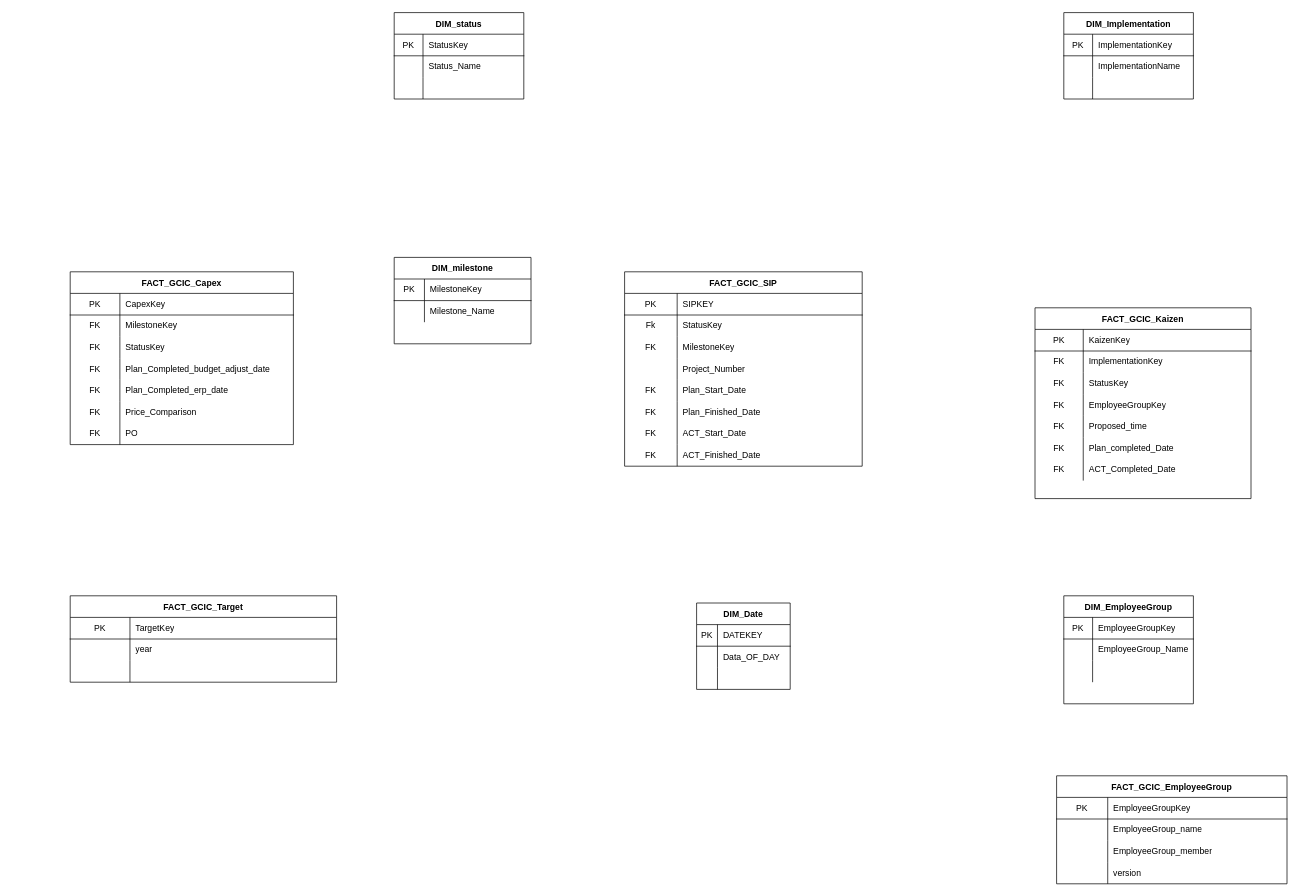
This is Untitled Diagram.drawio from cyz12/an, a draw.io file, before an edit. Source tidied: cells renumbered, new cells numbered last; positions are measured from the earlier drawing's top-left corner, leaving out a move shared by most shapes. Both pictures are drawn from the tidied source at 72%, with x=0, y=0 at pixel (70, 12).
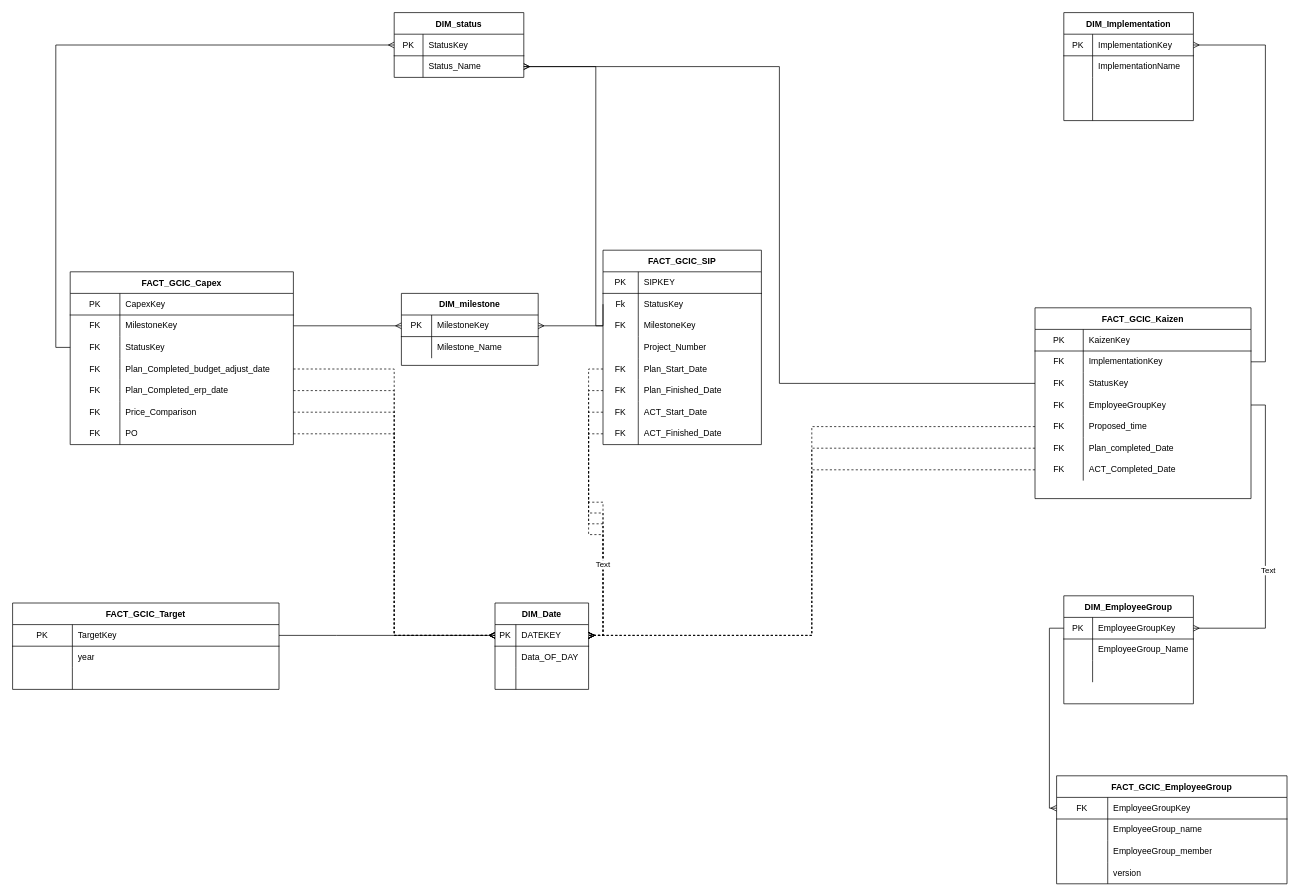
Above is the later version.

The change refers to these unchanged cells:
```xml
<mxCell id="3" style="shape=partialRectangle;html=1;whiteSpace=wrap;fillColor=none;top=0;left=0;bottom=1;right=0;points=[[0,0.5],[1,0.5]];portConstraint=eastwest;" parent="2" vertex="1">
  <mxGeometry y="30" width="180" height="30" as="geometry" />
</mxCell>
<mxCell id="38" style="shape=partialRectangle;html=1;whiteSpace=wrap;fillColor=none;top=0;left=0;bottom=1;right=0;points=[[0,0.5],[1,0.5]];portConstraint=eastwest;" parent="37" vertex="1">
  <mxGeometry y="30" width="180" height="30" as="geometry" />
</mxCell>
<mxCell id="48" style="shape=partialRectangle;html=1;whiteSpace=wrap;fillColor=none;top=0;left=0;bottom=1;right=0;points=[[0,0.5],[1,0.5]];portConstraint=eastwest;" parent="47" vertex="1">
  <mxGeometry y="30" width="180" height="30" as="geometry" />
</mxCell>
<mxCell id="51" style="shape=partialRectangle;html=1;whiteSpace=wrap;fillColor=none;top=0;left=0;bottom=0;right=0;points=[[0,0.5],[1,0.5]];portConstraint=eastwest;" parent="47" vertex="1">
  <mxGeometry y="60" width="180" height="30" as="geometry" />
</mxCell>
<mxCell id="61" style="shape=partialRectangle;html=1;whiteSpace=wrap;fillColor=none;top=0;left=0;bottom=0;right=0;points=[[0,0.5],[1,0.5]];portConstraint=eastwest;" parent="57" vertex="1">
  <mxGeometry y="60" width="300" height="30" as="geometry" />
</mxCell>
<mxCell id="64" style="shape=partialRectangle;html=1;whiteSpace=wrap;fillColor=none;top=0;left=0;bottom=0;right=0;points=[[0,0.5],[1,0.5]];portConstraint=eastwest;" parent="57" vertex="1">
  <mxGeometry y="90" width="300" height="30" as="geometry" />
</mxCell>
<mxCell id="67" style="shape=partialRectangle;html=1;whiteSpace=wrap;fillColor=none;top=0;left=0;bottom=0;right=0;points=[[0,0.5],[1,0.5]];portConstraint=eastwest;" parent="57" vertex="1">
  <mxGeometry y="120" width="300" height="30" as="geometry" />
</mxCell>
<mxCell id="70" style="shape=partialRectangle;html=1;whiteSpace=wrap;fillColor=none;top=0;left=0;bottom=0;right=0;points=[[0,0.5],[1,0.5]];portConstraint=eastwest;" parent="57" vertex="1">
  <mxGeometry y="150" width="300" height="30" as="geometry" />
</mxCell>
<mxCell id="73" style="shape=partialRectangle;html=1;whiteSpace=wrap;fillColor=none;top=0;left=0;bottom=0;right=0;points=[[0,0.5],[1,0.5]];portConstraint=eastwest;" parent="57" vertex="1">
  <mxGeometry y="180" width="300" height="30" as="geometry" />
</mxCell>
<mxCell id="76" style="shape=partialRectangle;html=1;whiteSpace=wrap;fillColor=none;top=0;left=0;bottom=0;right=0;points=[[0,0.5],[1,0.5]];portConstraint=eastwest;" parent="57" vertex="1">
  <mxGeometry y="210" width="300" height="30" as="geometry" />
</mxCell>
<mxCell id="83" style="shape=partialRectangle;html=1;whiteSpace=wrap;fillColor=none;top=0;left=0;bottom=0;right=0;points=[[0,0.5],[1,0.5]];portConstraint=eastwest;" parent="79" vertex="1">
  <mxGeometry y="60" width="310" height="30" as="geometry" />
</mxCell>
<mxCell id="86" style="shape=partialRectangle;html=1;whiteSpace=wrap;fillColor=none;top=0;left=0;bottom=0;right=0;points=[[0,0.5],[1,0.5]];portConstraint=eastwest;" parent="79" vertex="1">
  <mxGeometry y="90" width="310" height="30" as="geometry" />
</mxCell>
<mxCell id="89" style="shape=partialRectangle;html=1;whiteSpace=wrap;fillColor=none;top=0;left=0;bottom=0;right=0;points=[[0,0.5],[1,0.5]];portConstraint=eastwest;" parent="79" vertex="1">
  <mxGeometry y="120" width="310" height="30" as="geometry" />
</mxCell>
<mxCell id="92" style="shape=partialRectangle;html=1;whiteSpace=wrap;fillColor=none;top=0;left=0;bottom=0;right=0;points=[[0,0.5],[1,0.5]];portConstraint=eastwest;" parent="79" vertex="1">
  <mxGeometry y="150" width="310" height="30" as="geometry" />
</mxCell>
<mxCell id="95" style="shape=partialRectangle;html=1;whiteSpace=wrap;fillColor=none;top=0;left=0;bottom=0;right=0;points=[[0,0.5],[1,0.5]];portConstraint=eastwest;" parent="79" vertex="1">
  <mxGeometry y="180" width="310" height="30" as="geometry" />
</mxCell>
<mxCell id="98" style="shape=partialRectangle;html=1;whiteSpace=wrap;fillColor=none;top=0;left=0;bottom=0;right=0;points=[[0,0.5],[1,0.5]];portConstraint=eastwest;" parent="79" vertex="1">
  <mxGeometry y="210" width="310" height="30" as="geometry" />
</mxCell>
<mxCell id="102" style="shape=partialRectangle;html=1;whiteSpace=wrap;fillColor=none;top=0;left=0;bottom=1;right=0;points=[[0,0.5],[1,0.5]];portConstraint=eastwest;" parent="101" vertex="1">
  <mxGeometry y="30" width="370" height="30" as="geometry" />
</mxCell>
<mxCell id="112" style="shape=partialRectangle;html=1;whiteSpace=wrap;fillColor=none;top=0;left=0;bottom=1;right=0;points=[[0,0.5],[1,0.5]];portConstraint=eastwest;" parent="111" vertex="1">
  <mxGeometry y="30" width="190" height="30" as="geometry" />
</mxCell>
<mxCell id="119" style="shape=partialRectangle;html=1;whiteSpace=wrap;fillColor=none;top=0;left=0;bottom=1;right=0;points=[[0,0.5],[1,0.5]];portConstraint=eastwest;" parent="118" vertex="1">
  <mxGeometry y="30" width="320" height="30" as="geometry" />
</mxCell>
<mxCell id="132" style="shape=partialRectangle;html=1;whiteSpace=wrap;fillColor=none;top=0;left=0;bottom=1;right=0;points=[[0,0.5],[1,0.5]];portConstraint=eastwest;" parent="131" vertex="1">
  <mxGeometry y="30" width="130" height="30" as="geometry" />
</mxCell>
```

The edit, as a diff of the source:
```diff
@@
     <mxCell id="12" value="FACT_GCIC_SIP" style="shape=table;startSize=30;childLayout=tableLayout;rowLines=0;fontStyle=1;align=center;" parent="1" vertex="1">
-      <mxGeometry x="770" y="360" width="330" height="270" as="geometry" />
+      <mxGeometry x="740" y="330" width="220" height="270" as="geometry" />
     </mxCell>
     <mxCell id="13" style="shape=partialRectangle;html=1;whiteSpace=wrap;fillColor=none;top=0;left=0;bottom=1;right=0;" parent="12" vertex="1">
-      <mxGeometry y="30" width="330" height="30" as="geometry" />
+      <mxGeometry y="30" width="220" height="30" as="geometry" />
     </mxCell>
     <mxCell id="14" value="PK" style="shape=partialRectangle;html=1;whiteSpace=wrap;fillColor=none;top=0;left=0;bottom=0;right=0;overflow=hidden;" parent="13" vertex="1">
-      <mxGeometry width="73" height="30" as="geometry" />
+      <mxGeometry width="49" height="30" as="geometry" />
     </mxCell>
     <mxCell id="15" value="SIPKEY" style="shape=partialRectangle;html=1;whiteSpace=wrap;fillColor=none;top=0;left=0;bottom=0;right=0;align=left;spacingLeft=6;overflow=hidden;" parent="13" vertex="1">
-      <mxGeometry x="73" width="257" height="30" as="geometry" />
+      <mxGeometry x="49" width="171" height="30" as="geometry" />
     </mxCell>
     <mxCell id="16" style="shape=partialRectangle;html=1;whiteSpace=wrap;fillColor=none;top=0;left=0;bottom=0;right=0;points=[[0,0.5],[1,0.5]];portConstraint=eastwest;" parent="12" vertex="1">
-      <mxGeometry y="60" width="330" height="30" as="geometry" />
+      <mxGeometry y="60" width="220" height="30" as="geometry" />
     </mxCell>
     <mxCell id="17" value="Fk" style="shape=partialRectangle;html=1;whiteSpace=wrap;fillColor=none;top=0;left=0;bottom=0;right=0;overflow=hidden;" parent="16" vertex="1">
-      <mxGeometry width="73" height="30" as="geometry" />
+      <mxGeometry width="49" height="30" as="geometry" />
     </mxCell>
     <mxCell id="18" value="StatusKey" style="shape=partialRectangle;html=1;whiteSpace=wrap;fillColor=none;top=0;left=0;bottom=0;right=0;align=left;spacingLeft=6;overflow=hidden;" parent="16" vertex="1">
-      <mxGeometry x="73" width="257" height="30" as="geometry" />
+      <mxGeometry x="49" width="171" height="30" as="geometry" />
     </mxCell>
     <mxCell id="19" style="shape=partialRectangle;html=1;whiteSpace=wrap;fillColor=none;top=0;left=0;bottom=0;right=0;points=[[0,0.5],[1,0.5]];portConstraint=eastwest;" parent="12" vertex="1">
-      <mxGeometry y="90" width="330" height="30" as="geometry" />
+      <mxGeometry y="90" width="220" height="30" as="geometry" />
     </mxCell>
     <mxCell id="20" value="FK" style="shape=partialRectangle;html=1;whiteSpace=wrap;fillColor=none;top=0;left=0;bottom=0;right=0;overflow=hidden;" parent="19" vertex="1">
-      <mxGeometry width="73" height="30" as="geometry" />
+      <mxGeometry width="49" height="30" as="geometry" />
     </mxCell>
     <mxCell id="21" value="MilestoneKey&lt;br&gt;" style="shape=partialRectangle;html=1;whiteSpace=wrap;fillColor=none;top=0;left=0;bottom=0;right=0;align=left;spacingLeft=6;overflow=hidden;" parent="19" vertex="1">
-      <mxGeometry x="73" width="257" height="30" as="geometry" />
+      <mxGeometry x="49" width="171" height="30" as="geometry" />
     </mxCell>
     <mxCell id="22" style="shape=partialRectangle;html=1;whiteSpace=wrap;fillColor=none;top=0;left=0;bottom=0;right=0;" parent="12" vertex="1">
-      <mxGeometry y="120" width="330" height="30" as="geometry" />
+      <mxGeometry y="120" width="220" height="30" as="geometry" />
     </mxCell>
     <mxCell id="23" style="shape=partialRectangle;html=1;whiteSpace=wrap;fillColor=none;top=0;left=0;bottom=0;right=0;overflow=hidden;" parent="22" vertex="1">
-      <mxGeometry width="73" height="30" as="geometry" />
+      <mxGeometry width="49" height="30" as="geometry" />
     </mxCell>
     <mxCell id="24" value="Project_Number" style="shape=partialRectangle;html=1;whiteSpace=wrap;fillColor=none;top=0;left=0;bottom=0;right=0;align=left;spacingLeft=6;overflow=hidden;" parent="22" vertex="1">
-      <mxGeometry x="73" width="257" height="30" as="geometry" />
+      <mxGeometry x="49" width="171" height="30" as="geometry" />
     </mxCell>
     <mxCell id="25" style="shape=partialRectangle;html=1;whiteSpace=wrap;fillColor=none;top=0;left=0;bottom=0;right=0;points=[[0,0.5],[1,0.5]];portConstraint=eastwest;" parent="12" vertex="1">
-      <mxGeometry y="150" width="330" height="30" as="geometry" />
+      <mxGeometry y="150" width="220" height="30" as="geometry" />
     </mxCell>
     <mxCell id="26" value="FK" style="shape=partialRectangle;html=1;whiteSpace=wrap;fillColor=none;top=0;left=0;bottom=0;right=0;overflow=hidden;" parent="25" vertex="1">
-      <mxGeometry width="73" height="30" as="geometry" />
+      <mxGeometry width="49" height="30" as="geometry" />
     </mxCell>
     <mxCell id="27" value="Plan_Start_Date" style="shape=partialRectangle;html=1;whiteSpace=wrap;fillColor=none;top=0;left=0;bottom=0;right=0;align=left;spacingLeft=6;overflow=hidden;" parent="25" vertex="1">
-      <mxGeometry x="73" width="257" height="30" as="geometry" />
+      <mxGeometry x="49" width="171" height="30" as="geometry" />
     </mxCell>
     <mxCell id="28" style="shape=partialRectangle;html=1;whiteSpace=wrap;fillColor=none;top=0;left=0;bottom=0;right=0;points=[[0,0.5],[1,0.5]];portConstraint=eastwest;" parent="12" vertex="1">
-      <mxGeometry y="180" width="330" height="30" as="geometry" />
+      <mxGeometry y="180" width="220" height="30" as="geometry" />
     </mxCell>
     <mxCell id="29" value="FK" style="shape=partialRectangle;html=1;whiteSpace=wrap;fillColor=none;top=0;left=0;bottom=0;right=0;overflow=hidden;" parent="28" vertex="1">
-      <mxGeometry width="73" height="30" as="geometry" />
+      <mxGeometry width="49" height="30" as="geometry" />
     </mxCell>
     <mxCell id="30" value="Plan_Finished_Date" style="shape=partialRectangle;html=1;whiteSpace=wrap;fillColor=none;top=0;left=0;bottom=0;right=0;align=left;spacingLeft=6;overflow=hidden;" parent="28" vertex="1">
-      <mxGeometry x="73" width="257" height="30" as="geometry" />
+      <mxGeometry x="49" width="171" height="30" as="geometry" />
     </mxCell>
     <mxCell id="31" style="shape=partialRectangle;html=1;whiteSpace=wrap;fillColor=none;top=0;left=0;bottom=0;right=0;points=[[0,0.5],[1,0.5]];portConstraint=eastwest;" parent="12" vertex="1">
-      <mxGeometry y="210" width="330" height="30" as="geometry" />
+      <mxGeometry y="210" width="220" height="30" as="geometry" />
     </mxCell>
     <mxCell id="32" value="FK" style="shape=partialRectangle;html=1;whiteSpace=wrap;fillColor=none;top=0;left=0;bottom=0;right=0;overflow=hidden;" parent="31" vertex="1">
-      <mxGeometry width="73" height="30" as="geometry" />
+      <mxGeometry width="49" height="30" as="geometry" />
     </mxCell>
     <mxCell id="33" value="ACT_Start_Date" style="shape=partialRectangle;html=1;whiteSpace=wrap;fillColor=none;top=0;left=0;bottom=0;right=0;align=left;spacingLeft=6;overflow=hidden;" parent="31" vertex="1">
-      <mxGeometry x="73" width="257" height="30" as="geometry" />
+      <mxGeometry x="49" width="171" height="30" as="geometry" />
     </mxCell>
     <mxCell id="34" style="shape=partialRectangle;html=1;whiteSpace=wrap;fillColor=none;top=0;left=0;bottom=0;right=0;points=[[0,0.5],[1,0.5]];portConstraint=eastwest;" parent="12" vertex="1">
-      <mxGeometry y="240" width="330" height="30" as="geometry" />
+      <mxGeometry y="240" width="220" height="30" as="geometry" />
     </mxCell>
     <mxCell id="35" value="FK" style="shape=partialRectangle;html=1;whiteSpace=wrap;fillColor=none;top=0;left=0;bottom=0;right=0;overflow=hidden;" parent="34" vertex="1">
-      <mxGeometry width="73" height="30" as="geometry" />
+      <mxGeometry width="49" height="30" as="geometry" />
     </mxCell>
     <mxCell id="36" value="ACT_Finished_Date" style="shape=partialRectangle;html=1;whiteSpace=wrap;fillColor=none;top=0;left=0;bottom=0;right=0;align=left;spacingLeft=6;overflow=hidden;" parent="34" vertex="1">
-      <mxGeometry x="73" width="257" height="30" as="geometry" />
+      <mxGeometry x="49" width="171" height="30" as="geometry" />
     </mxCell>
     <mxCell id="37" value="DIM_Implementation" style="shape=table;startSize=30;childLayout=tableLayout;rowLines=0;fontStyle=1;align=center;" parent="1" vertex="1">
-      <mxGeometry x="1380" width="180" height="120" as="geometry" />
+      <mxGeometry x="1380" width="180" height="150" as="geometry" />
     </mxCell>
@@
+    <mxCell id="141" style="shape=partialRectangle;html=1;whiteSpace=wrap;fillColor=none;top=0;left=0;bottom=0;right=0;" parent="37" vertex="1">
+      <mxGeometry y="120" width="180" height="30" as="geometry" />
+    </mxCell>
+    <mxCell id="55" style="shape=partialRectangle;html=1;whiteSpace=wrap;fillColor=none;top=0;left=0;bottom=0;right=0;overflow=hidden;" parent="141" vertex="1">
+      <mxGeometry width="40" height="30" as="geometry" />
+    </mxCell>
+    <mxCell id="56" style="shape=partialRectangle;html=1;whiteSpace=wrap;fillColor=none;top=0;left=0;bottom=0;right=0;align=left;spacingLeft=6;overflow=hidden;" parent="141" vertex="1">
+      <mxGeometry x="40" width="140" height="30" as="geometry" />
+    </mxCell>
     <mxCell id="47" value="DIM_status" style="shape=table;startSize=30;childLayout=tableLayout;rowLines=0;fontStyle=1;align=center;" parent="1" vertex="1">
-      <mxGeometry x="450" width="180" height="120" as="geometry" />
+      <mxGeometry x="450" width="180" height="90" as="geometry" />
     </mxCell>
@@
-    <mxCell id="54" style="shape=partialRectangle;html=1;whiteSpace=wrap;fillColor=none;top=0;left=0;bottom=0;right=0;" parent="47" vertex="1">
-      <mxGeometry y="90" width="180" height="30" as="geometry" />
-    </mxCell>
-    <mxCell id="55" style="shape=partialRectangle;html=1;whiteSpace=wrap;fillColor=none;top=0;left=0;bottom=0;right=0;overflow=hidden;" parent="54" vertex="1">
-      <mxGeometry width="40" height="30" as="geometry" />
-    </mxCell>
-    <mxCell id="56" style="shape=partialRectangle;html=1;whiteSpace=wrap;fillColor=none;top=0;left=0;bottom=0;right=0;align=left;spacingLeft=6;overflow=hidden;" parent="54" vertex="1">
-      <mxGeometry x="40" width="140" height="30" as="geometry" />
-    </mxCell>
@@
     <mxCell id="101" value="FACT_GCIC_Target" style="shape=table;startSize=30;childLayout=tableLayout;rowLines=0;fontStyle=1;align=center;" parent="1" vertex="1">
-      <mxGeometry y="810" width="370" height="120" as="geometry" />
+      <mxGeometry x="-80" y="820" width="370" height="120" as="geometry" />
     </mxCell>
@@
     <mxCell id="111" value="DIM_milestone" style="shape=table;startSize=30;childLayout=tableLayout;rowLines=0;fontStyle=1;align=center;" parent="1" vertex="1">
-      <mxGeometry x="450" y="340" width="190" height="120" as="geometry" />
+      <mxGeometry x="460" y="390" width="190" height="100" as="geometry" />
     </mxCell>
@@
-    <mxCell id="120" value="PK" style="shape=partialRectangle;html=1;whiteSpace=wrap;fillColor=none;top=0;left=0;bottom=0;right=0;overflow=hidden;" parent="119" vertex="1">
+    <mxCell id="120" value="FK" style="shape=partialRectangle;html=1;whiteSpace=wrap;fillColor=none;top=0;left=0;bottom=0;right=0;overflow=hidden;" parent="119" vertex="1">
       <mxGeometry width="71" height="30" as="geometry" />
     </mxCell>
@@
     <mxCell id="131" value="DIM_Date" style="shape=table;startSize=30;childLayout=tableLayout;rowLines=0;fontStyle=1;align=center;" parent="1" vertex="1">
-      <mxGeometry x="870" y="820" width="130" height="120" as="geometry" />
+      <mxGeometry x="590" y="820" width="130" height="120" as="geometry" />
     </mxCell>
@@
+    <mxCell id="142" style="edgeStyle=orthogonalEdgeStyle;rounded=0;jettySize=auto;html=1;exitX=1;exitY=0.5;exitDx=0;exitDy=0;entryX=0;entryY=0.5;entryDx=0;entryDy=0;endArrow=ERmany;endFill=0;" parent="1" edge="1" source="102" target="132">
+      <mxGeometry relative="1" as="geometry">
+        <Array as="points">
+          <mxPoint x="370" y="865" />
+        </Array>
+      </mxGeometry>
+    </mxCell>
+    <mxCell id="143" style="edgeStyle=orthogonalEdgeStyle;rounded=0;jettySize=auto;html=1;exitX=1;exitY=0.5;exitDx=0;exitDy=0;endArrow=ERmany;endFill=0;dashed=1;entryX=0;entryY=0.5;entryDx=0;entryDy=0;" parent="1" edge="1" source="89" target="132">
+      <mxGeometry relative="1" as="geometry" />
+    </mxCell>
+    <mxCell id="144" style="edgeStyle=orthogonalEdgeStyle;rounded=0;jettySize=auto;html=1;exitX=1;exitY=0.5;exitDx=0;exitDy=0;endArrow=ERmany;endFill=0;dashed=1;" parent="1" edge="1" source="92" target="132">
+      <mxGeometry relative="1" as="geometry" />
+    </mxCell>
+    <mxCell id="145" style="edgeStyle=orthogonalEdgeStyle;rounded=0;jettySize=auto;html=1;exitX=1;exitY=0.5;exitDx=0;exitDy=0;endArrow=ERmany;endFill=0;dashed=1;entryX=0;entryY=0.5;entryDx=0;entryDy=0;" parent="1" edge="1" source="95" target="132">
+      <mxGeometry relative="1" as="geometry" />
+    </mxCell>
+    <mxCell id="146" style="edgeStyle=orthogonalEdgeStyle;rounded=0;jettySize=auto;html=1;exitX=1;exitY=0.5;exitDx=0;exitDy=0;endArrow=ERmany;endFill=0;dashed=1;entryX=0;entryY=0.5;entryDx=0;entryDy=0;" parent="1" edge="1" source="98" target="132">
+      <mxGeometry relative="1" as="geometry" />
+    </mxCell>
+    <mxCell id="147" style="edgeStyle=orthogonalEdgeStyle;rounded=0;jettySize=auto;html=1;exitX=0;exitY=0.5;exitDx=0;exitDy=0;entryX=0;entryY=0.5;entryDx=0;entryDy=0;endArrow=ERmany;endFill=0;" parent="1" edge="1" source="86" target="48">
+      <mxGeometry relative="1" as="geometry" />
+    </mxCell>
+    <mxCell id="148" style="edgeStyle=orthogonalEdgeStyle;rounded=0;jettySize=auto;html=1;exitX=1;exitY=0.5;exitDx=0;exitDy=0;entryX=0;entryY=0.5;entryDx=0;entryDy=0;endArrow=ERmany;endFill=0;" parent="1" edge="1" source="83" target="112">
+      <mxGeometry relative="1" as="geometry" />
+    </mxCell>
+    <mxCell id="149" style="edgeStyle=orthogonalEdgeStyle;rounded=0;jettySize=auto;html=1;exitX=0;exitY=0.5;exitDx=0;exitDy=0;entryX=1;entryY=0.5;entryDx=0;entryDy=0;endArrow=ERmany;endFill=0;" parent="1" edge="1" source="19" target="112">
+      <mxGeometry relative="1" as="geometry" />
+    </mxCell>
+    <mxCell id="150" style="edgeStyle=orthogonalEdgeStyle;rounded=0;jettySize=auto;html=1;exitX=0;exitY=0.5;exitDx=0;exitDy=0;endArrow=ERmany;endFill=0;" parent="1" edge="1" source="16" target="51">
+      <mxGeometry relative="1" as="geometry">
+        <Array as="points">
+          <mxPoint x="730" y="435" />
+          <mxPoint x="730" y="75" />
+        </Array>
+      </mxGeometry>
+    </mxCell>
+    <mxCell id="151" style="edgeStyle=orthogonalEdgeStyle;rounded=0;jettySize=auto;html=1;exitX=0;exitY=0.5;exitDx=0;exitDy=0;entryX=1;entryY=0.5;entryDx=0;entryDy=0;endArrow=ERmany;endFill=0;" parent="1" edge="1" source="64" target="51">
+      <mxGeometry relative="1" as="geometry" />
+    </mxCell>
+    <mxCell id="152" style="edgeStyle=orthogonalEdgeStyle;rounded=0;jettySize=auto;html=1;exitX=1;exitY=0.5;exitDx=0;exitDy=0;entryX=1;entryY=0.5;entryDx=0;entryDy=0;endArrow=ERmany;endFill=0;" parent="1" edge="1" source="61" target="38">
+      <mxGeometry relative="1" as="geometry" />
+    </mxCell>
+    <mxCell id="153" style="edgeStyle=orthogonalEdgeStyle;rounded=0;jettySize=auto;html=1;exitX=1;exitY=0.5;exitDx=0;exitDy=0;entryX=1;entryY=0.5;entryDx=0;entryDy=0;endArrow=ERmany;endFill=0;" parent="1" edge="1" source="67" target="3">
+      <mxGeometry relative="1" as="geometry" />
+    </mxCell>
+    <mxCell id="154" value="Text" style="edgeLabel;html=1;align=center;verticalAlign=middle;" parent="153" vertex="1">
+      <mxGeometry x="0.16" y="3" relative="1" as="geometry" />
+    </mxCell>
+    <mxCell id="155" style="edgeStyle=orthogonalEdgeStyle;rounded=0;jettySize=auto;html=1;exitX=0;exitY=0.5;exitDx=0;exitDy=0;entryX=0;entryY=0.5;entryDx=0;entryDy=0;endArrow=ERmany;endFill=0;" parent="1" edge="1" source="3" target="119">
+      <mxGeometry relative="1" as="geometry" />
+    </mxCell>
+    <mxCell id="156" style="edgeStyle=orthogonalEdgeStyle;rounded=0;jettySize=auto;html=1;entryX=1;entryY=0.5;entryDx=0;entryDy=0;endArrow=ERmany;endFill=0;dashed=1;" parent="1" edge="1" source="25" target="132">
+      <mxGeometry relative="1" as="geometry" />
+    </mxCell>
+    <mxCell id="157" style="edgeStyle=orthogonalEdgeStyle;rounded=0;jettySize=auto;html=1;exitX=0;exitY=0.5;exitDx=0;exitDy=0;dashed=1;endArrow=ERmany;endFill=0;" parent="1" edge="1" source="70" target="132">
+      <mxGeometry relative="1" as="geometry" />
+    </mxCell>
+    <mxCell id="158" style="edgeStyle=orthogonalEdgeStyle;rounded=0;jettySize=auto;html=1;exitX=0;exitY=0.5;exitDx=0;exitDy=0;dashed=1;endArrow=ERmany;endFill=0;" parent="1" edge="1" source="73" target="132">
+      <mxGeometry relative="1" as="geometry" />
+    </mxCell>
+    <mxCell id="159" style="edgeStyle=orthogonalEdgeStyle;rounded=0;jettySize=auto;html=1;exitX=0;exitY=0.5;exitDx=0;exitDy=0;dashed=1;endArrow=ERmany;endFill=0;" parent="1" edge="1" source="76" target="132">
+      <mxGeometry relative="1" as="geometry" />
+    </mxCell>
+    <mxCell id="160" style="edgeStyle=orthogonalEdgeStyle;rounded=0;jettySize=auto;html=1;exitX=0;exitY=0.5;exitDx=0;exitDy=0;entryX=1;entryY=0.5;entryDx=0;entryDy=0;dashed=1;endArrow=ERmany;endFill=0;" parent="1" edge="1" source="28" target="132">
+      <mxGeometry relative="1" as="geometry" />
+    </mxCell>
+    <mxCell id="161" style="edgeStyle=orthogonalEdgeStyle;rounded=0;jettySize=auto;html=1;exitX=0;exitY=0.5;exitDx=0;exitDy=0;dashed=1;endArrow=ERmany;endFill=0;" parent="1" edge="1" source="31" target="132">
+      <mxGeometry relative="1" as="geometry" />
+    </mxCell>
+    <mxCell id="162" style="edgeStyle=orthogonalEdgeStyle;rounded=0;jettySize=auto;html=1;exitX=0;exitY=0.5;exitDx=0;exitDy=0;dashed=1;endArrow=ERmany;endFill=0;" parent="1" edge="1" source="34" target="132">
+      <mxGeometry relative="1" as="geometry" />
+    </mxCell>
+    <mxCell id="163" value="Text" style="edgeLabel;html=1;align=center;verticalAlign=middle;" parent="162" vertex="1">
+      <mxGeometry x="0.3" y="-1" relative="1" as="geometry" />
+    </mxCell>
```
